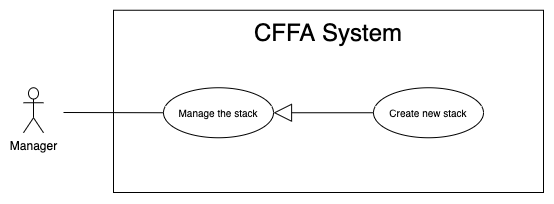
Above: Users/HuuDN/UsecaseDiagram/Manager/Overview-CreateStack.png in luannmdev/CapstoneDocument (draw.io), before the change. Source tidied: cells renumbered, new cells last; positions are measured from the earlier drawing's top-left corner, leaving out a move shared by most shapes. Its diagram source:
```xml
<mxGraphModel>
  <root>
    <mxCell id="0" />
    <mxCell id="1" parent="0" />
    <mxCell id="2" style="rounded=0;whiteSpace=wrap;html=1;" parent="1" vertex="1">
      <mxGeometry x="90" y="-0.2" width="430" height="182.2" as="geometry" />
    </mxCell>
    <mxCell id="3" value="&lt;span style=&quot;font-size: 24px&quot;&gt;CFFA System&lt;/span&gt;" style="text;html=1;strokeColor=none;fillColor=none;align=center;verticalAlign=middle;whiteSpace=wrap;rounded=0;" parent="1" vertex="1">
      <mxGeometry x="140" y="12" width="330" height="20" as="geometry" />
    </mxCell>
    <mxCell id="4" value="Manager" style="shape=umlActor;verticalLabelPosition=bottom;verticalAlign=top;html=1;" parent="1" vertex="1">
      <mxGeometry y="77.2" width="20" height="45" as="geometry" />
    </mxCell>
    <mxCell id="5" value="&lt;font style=&quot;font-size: 10px&quot;&gt;Manage the stack&lt;br&gt;&lt;/font&gt;" style="ellipse;whiteSpace=wrap;html=1;fillColor=#ffffff;gradientColor=none;" parent="1" vertex="1">
      <mxGeometry x="140" y="77.2" width="110" height="50" as="geometry" />
    </mxCell>
    <mxCell id="6" style="endArrow=none;html=1;rounded=0;exitX=0;exitY=0.5;exitDx=0;exitDy=0;" parent="1" edge="1" source="5">
      <mxGeometry relative="1" as="geometry">
        <mxPoint x="40" y="102" as="targetPoint" />
      </mxGeometry>
    </mxCell>
    <mxCell id="7" style="endArrow=block;endSize=16;endFill=0;html=1;exitX=0;exitY=0.5;exitDx=0;exitDy=0;" parent="1" edge="1" source="8" target="5">
      <mxGeometry relative="1" as="geometry" />
    </mxCell>
    <mxCell id="8" value="&lt;font style=&quot;font-size: 10px&quot;&gt;Create new stack&lt;br&gt;&lt;/font&gt;" style="ellipse;whiteSpace=wrap;html=1;fillColor=#ffffff;gradientColor=none;" parent="1" vertex="1">
      <mxGeometry x="350" y="77.2" width="110" height="50" as="geometry" />
    </mxCell>
  </root>
</mxGraphModel>
```
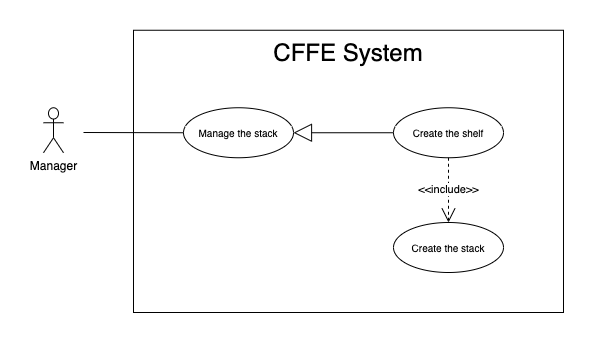
After the commit.

Change to the diagram source:
```diff
@@ -3,9 +3,9 @@
     <mxCell id="0" />
     <mxCell id="1" parent="0" />
     <mxCell id="2" style="rounded=0;whiteSpace=wrap;html=1;" parent="1" vertex="1">
-      <mxGeometry x="90" y="-0.2" width="430" height="182.2" as="geometry" />
+      <mxGeometry x="90" y="-0.2" width="430" height="282.2" as="geometry" />
     </mxCell>
-    <mxCell id="3" value="&lt;span style=&quot;font-size: 24px&quot;&gt;CFFA System&lt;/span&gt;" style="text;html=1;strokeColor=none;fillColor=none;align=center;verticalAlign=middle;whiteSpace=wrap;rounded=0;" parent="1" vertex="1">
+    <mxCell id="3" value="&lt;span style=&quot;font-size: 24px&quot;&gt;CFFE System&lt;/span&gt;" style="text;html=1;strokeColor=none;fillColor=none;align=center;verticalAlign=middle;whiteSpace=wrap;rounded=0;" parent="1" vertex="1">
       <mxGeometry x="140" y="12" width="330" height="20" as="geometry" />
     </mxCell>
     <mxCell id="4" value="Manager" style="shape=umlActor;verticalLabelPosition=bottom;verticalAlign=top;html=1;" parent="1" vertex="1">
@@ -22,8 +22,14 @@
     <mxCell id="7" style="endArrow=block;endSize=16;endFill=0;html=1;exitX=0;exitY=0.5;exitDx=0;exitDy=0;" parent="1" edge="1" source="8" target="5">
       <mxGeometry relative="1" as="geometry" />
     </mxCell>
-    <mxCell id="8" value="&lt;font style=&quot;font-size: 10px&quot;&gt;Create new stack&lt;br&gt;&lt;/font&gt;" style="ellipse;whiteSpace=wrap;html=1;fillColor=#ffffff;gradientColor=none;" parent="1" vertex="1">
+    <mxCell id="8" value="&lt;font style=&quot;font-size: 10px&quot;&gt;Create the shelf&lt;br&gt;&lt;/font&gt;" style="ellipse;whiteSpace=wrap;html=1;fillColor=#ffffff;gradientColor=none;" parent="1" vertex="1">
       <mxGeometry x="350" y="77.2" width="110" height="50" as="geometry" />
     </mxCell>
+    <mxCell id="9" value="&lt;font style=&quot;font-size: 10px&quot;&gt;Create the stack&lt;br&gt;&lt;/font&gt;" style="ellipse;whiteSpace=wrap;html=1;fillColor=#ffffff;gradientColor=none;" parent="1" vertex="1">
+      <mxGeometry x="350" y="192" width="110" height="50" as="geometry" />
+    </mxCell>
+    <mxCell id="10" value="&amp;lt;&amp;lt;include&amp;gt;&amp;gt;" style="endArrow=open;endSize=12;dashed=1;html=1;exitX=0.5;exitY=1;exitDx=0;exitDy=0;" parent="1" edge="1" source="8" target="9">
+      <mxGeometry relative="1" as="geometry" />
+    </mxCell>
   </root>
 </mxGraphModel>
```
